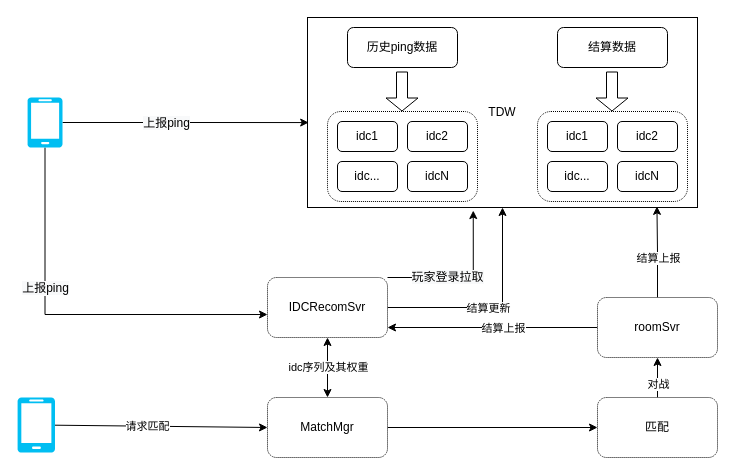
Before: page "Page-1" (1 of 2) of idc选取.drawio in mbabby/draw.io.file, a draw.io diagram. Source tidied: cells renumbered, new cells numbered last; positions are measured from the earlier drawing's top-left corner, leaving out a move shared by most shapes. Both pictures are drawn from the tidied source at 100%, with x=0, y=0 at pixel (17, 17).
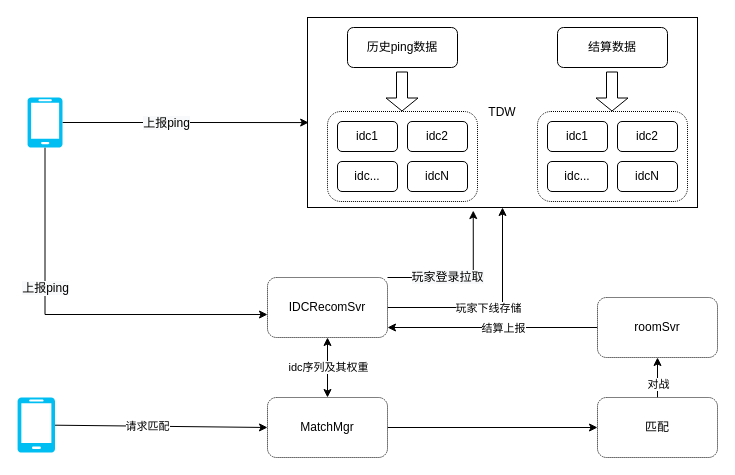
After the change.

Unchanged cells that the change refers to:
```xml
<mxCell id="2" value="TDW" style="rounded=0;whiteSpace=wrap;html=1;" parent="1" vertex="1">
  <mxGeometry x="290" width="390" height="190" as="geometry" />
</mxCell>
<mxCell id="27" style="edgeStyle=orthogonalEdgeStyle;rounded=0;jettySize=auto;html=1;exitX=1;exitY=0.5;exitDx=0;exitDy=0;entryX=0.5;entryY=1;entryDx=0;entryDy=0;" parent="1" edge="1" source="29" target="2">
  <mxGeometry relative="1" as="geometry" />
</mxCell>
<mxCell id="42" value="roomSvr" style="rounded=1;whiteSpace=wrap;html=1;dashed=1;dashPattern=1 1;" parent="1" vertex="1">
  <mxGeometry x="580" y="280" width="120" height="60" as="geometry" />
</mxCell>
```

Change to the diagram source:
```diff
@@
-    <mxCell id="28" value="结算更新" style="edgeLabel;html=1;align=center;verticalAlign=middle;" parent="27" vertex="1">
-      <mxGeometry x="0.1" y="3" relative="1" as="geometry">
-        <mxPoint x="-12" y="3" as="offset" />
-      </mxGeometry>
-    </mxCell>
+    <mxCell id="45" value="玩家下线存储" style="edgeLabel;html=1;align=center;verticalAlign=middle;" parent="27" vertex="1">
+      <mxGeometry x="-0.17" y="1" relative="1" as="geometry">
+        <mxPoint x="11" y="1" as="offset" />
+      </mxGeometry>
+    </mxCell>
@@
-    <mxCell id="40" style="edgeStyle=orthogonalEdgeStyle;rounded=0;jettySize=auto;html=1;exitX=0.5;exitY=0;exitDx=0;exitDy=0;entryX=0.896;entryY=0.994;entryDx=0;entryDy=0;entryPerimeter=0;" parent="1" edge="1" source="42" target="2">
-      <mxGeometry relative="1" as="geometry" />
-    </mxCell>
-    <mxCell id="41" value="结算上报" style="edgeLabel;html=1;align=center;verticalAlign=middle;" parent="40" vertex="1">
-      <mxGeometry x="0.23" y="-1" relative="1" as="geometry">
-        <mxPoint y="16" as="offset" />
-      </mxGeometry>
-    </mxCell>
```
